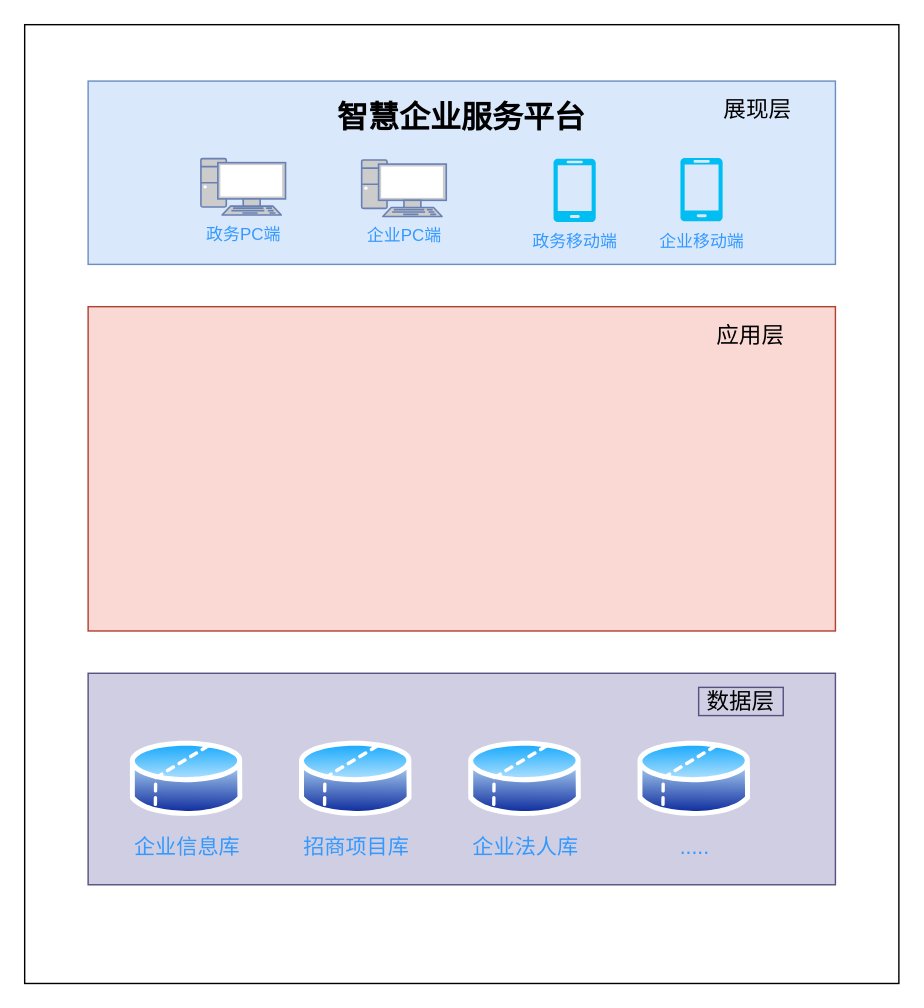
Before: framework2.drawio in cjaack2/Images_Repository, a draw.io diagram. Source tidied: cells renumbered, new cells numbered last; positions are measured from the earlier drawing's top-left corner, leaving out a move shared by most shapes. Both pictures are drawn from the tidied source at 141%, with x=0, y=0 at pixel (24, 24).
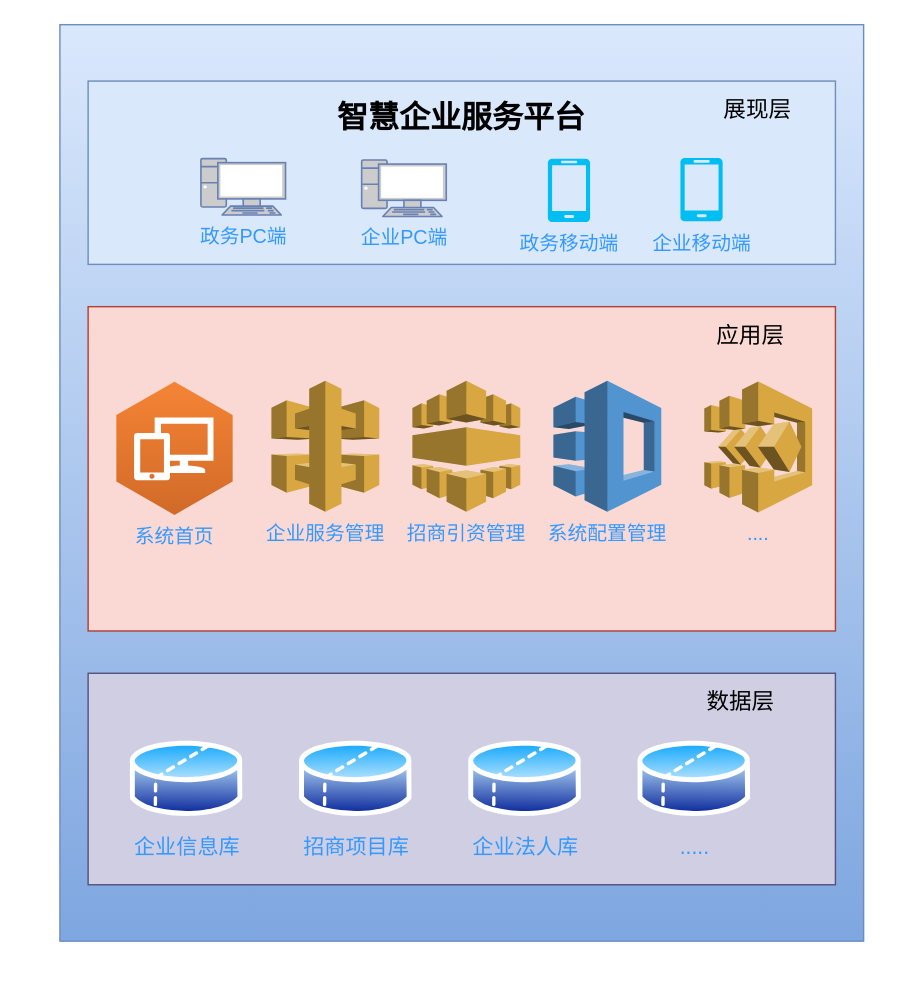
The same page after the edit.

Unchanged cells that the change refers to:
```xml
<mxCell id="3" style="group;" parent="1" vertex="1">
  <mxGeometry x="45" y="40" width="530" height="130" as="geometry" />
</mxCell>
```

Change to the diagram source:
```diff
@@
-    <mxCell id="2" style="rounded=0;whiteSpace=wrap;html=1;" parent="1" vertex="1">
-      <mxGeometry width="620" height="680" as="geometry" />
+    <mxCell id="2" style="rounded=0;whiteSpace=wrap;html=1;fillColor=#dae8fc;strokeColor=#6c8ebf;gradientColor=#7ea6e0;" parent="1" vertex="1">
+      <mxGeometry x="25" width="570" height="650" as="geometry" />
     </mxCell>
@@
-    <mxCell id="6" value="&lt;font color=&quot;#3399ff&quot;&gt;政务PC端&lt;/font&gt;" style="fontColor=#0066CC;verticalAlign=top;verticalLabelPosition=bottom;labelPosition=center;align=center;html=1;fillColor=#CCCCCC;strokeColor=#6881B3;gradientColor=none;gradientDirection=north;strokeWidth=2;shape=mxgraph.networks.pc;" parent="3" vertex="1">
+    <mxCell id="6" value="&lt;font color=&quot;#3399ff&quot; style=&quot;font-size: 14px&quot;&gt;政务PC端&lt;/font&gt;" style="fontColor=#0066CC;verticalAlign=top;verticalLabelPosition=bottom;labelPosition=center;align=center;html=1;fillColor=#CCCCCC;strokeColor=#6881B3;gradientColor=none;gradientDirection=north;strokeWidth=2;shape=mxgraph.networks.pc;" parent="3" vertex="1">
       <mxGeometry x="80" y="55" width="60" height="40" as="geometry" />
     </mxCell>
-    <mxCell id="7" value="&lt;font color=&quot;#3399ff&quot;&gt;企业PC端&lt;/font&gt;" style="fontColor=#0066CC;verticalAlign=top;verticalLabelPosition=bottom;labelPosition=center;align=center;html=1;fillColor=#CCCCCC;strokeColor=#6881B3;gradientColor=none;gradientDirection=north;strokeWidth=2;shape=mxgraph.networks.pc;" parent="3" vertex="1">
+    <mxCell id="7" value="&lt;font color=&quot;#3399ff&quot; style=&quot;font-size: 14px&quot;&gt;企业PC端&lt;/font&gt;" style="fontColor=#0066CC;verticalAlign=top;verticalLabelPosition=bottom;labelPosition=center;align=center;html=1;fillColor=#CCCCCC;strokeColor=#6881B3;gradientColor=none;gradientDirection=north;strokeWidth=2;shape=mxgraph.networks.pc;" parent="3" vertex="1">
       <mxGeometry x="194" y="56" width="60" height="40" as="geometry" />
     </mxCell>
-    <mxCell id="8" value="&lt;font color=&quot;#3399ff&quot;&gt;政务移动端&lt;/font&gt;" style="verticalLabelPosition=bottom;html=1;verticalAlign=top;align=center;strokeColor=none;fillColor=#00BEF2;shape=mxgraph.azure.mobile;" parent="3" vertex="1">
-      <mxGeometry x="330" y="55" width="30" height="45" as="geometry" />
+    <mxCell id="8" value="&lt;font color=&quot;#3399ff&quot; style=&quot;font-size: 14px&quot;&gt;政务移动端&lt;/font&gt;" style="verticalLabelPosition=bottom;html=1;verticalAlign=top;align=center;strokeColor=none;fillColor=#00BEF2;shape=mxgraph.azure.mobile;" parent="3" vertex="1">
+      <mxGeometry x="326" y="55" width="30" height="45" as="geometry" />
     </mxCell>
-    <mxCell id="9" value="&lt;font color=&quot;#3399ff&quot;&gt;企业移动端&lt;/font&gt;" style="verticalLabelPosition=bottom;html=1;verticalAlign=top;align=center;strokeColor=none;fillColor=#00BEF2;shape=mxgraph.azure.mobile;" parent="3" vertex="1">
+    <mxCell id="9" value="&lt;font color=&quot;#3399ff&quot; style=&quot;font-size: 14px&quot;&gt;企业移动端&lt;/font&gt;" style="verticalLabelPosition=bottom;html=1;verticalAlign=top;align=center;strokeColor=none;fillColor=#00BEF2;shape=mxgraph.azure.mobile;" parent="3" vertex="1">
       <mxGeometry x="420" y="54.5" width="30" height="45" as="geometry" />
     </mxCell>
@@
-    <mxCell id="14" value="&lt;font style=&quot;font-size: 16px&quot;&gt;数据层&lt;br&gt;&lt;/font&gt;" style="text;html=1;strokeColor=#56517e;fillColor=#d0cee2;align=center;verticalAlign=middle;whiteSpace=wrap;rounded=0;" parent="1" vertex="1">
+    <mxCell id="14" value="&lt;font style=&quot;font-size: 16px&quot;&gt;数据层&lt;br&gt;&lt;/font&gt;" style="text;html=1;fillColor=#d0cee2;align=center;verticalAlign=middle;whiteSpace=wrap;rounded=0;dashed=1;" parent="1" vertex="1">
       <mxGeometry x="478" y="470" width="60" height="20" as="geometry" />
     </mxCell>
@@
+    <mxCell id="19" value="&lt;font color=&quot;#3399ff&quot; style=&quot;font-size: 14px&quot;&gt;系统首页&lt;/font&gt;" style="dashed=0;verticalLabelPosition=bottom;verticalAlign=top;align=center;html=1;shape=mxgraph.aws3.workspaces;fillColor=#D16A28;gradientColor=#F58435;gradientDirection=north;labelBackgroundColor=none;" parent="1" vertex="1">
+      <mxGeometry x="65" y="253.2" width="82.5" height="94.5" as="geometry" />
+    </mxCell>
+    <mxCell id="20" value="&lt;font color=&quot;#3399ff&quot; style=&quot;font-size: 14px&quot;&gt;招商引资管理&lt;/font&gt;" style="dashed=0;verticalLabelPosition=bottom;verticalAlign=top;align=center;html=1;shape=mxgraph.aws3.elastic_transcoder;fillColor=#D9A741;gradientColor=none;labelBackgroundColor=none;" parent="1" vertex="1">
+      <mxGeometry x="275" y="252.5" width="76.5" height="93" as="geometry" />
+    </mxCell>
+    <mxCell id="21" value="&lt;font color=&quot;#3399ff&quot; style=&quot;font-size: 14px&quot;&gt;系统配置管理&lt;/font&gt;" style="dashed=0;verticalLabelPosition=bottom;verticalAlign=top;align=center;html=1;shape=mxgraph.aws3.application_discovery_service;fillColor=#5294CF;gradientColor=none;labelBackgroundColor=none;" parent="1" vertex="1">
+      <mxGeometry x="375" y="252.5" width="76.5" height="93" as="geometry" />
+    </mxCell>
+    <mxCell id="22" value="&lt;font color=&quot;#3399ff&quot; style=&quot;font-size: 14px&quot;&gt;企业服务管理&lt;/font&gt;" style="dashed=0;verticalLabelPosition=bottom;verticalAlign=top;align=center;html=1;shape=mxgraph.aws3.api_gateway;fillColor=#D9A741;gradientColor=none;labelBackgroundColor=none;" parent="1" vertex="1">
+      <mxGeometry x="175" y="252.5" width="76.5" height="93" as="geometry" />
+    </mxCell>
+    <mxCell id="23" value="&lt;font color=&quot;#3399ff&quot; style=&quot;font-size: 14px&quot;&gt;....&lt;/font&gt;" style="dashed=0;verticalLabelPosition=bottom;verticalAlign=top;align=center;html=1;shape=mxgraph.aws3.step_functions;fillColor=#D9A741;gradientColor=none;labelBackgroundColor=none;" parent="1" vertex="1">
+      <mxGeometry x="482" y="253" width="76.5" height="93" as="geometry" />
+    </mxCell>
```
